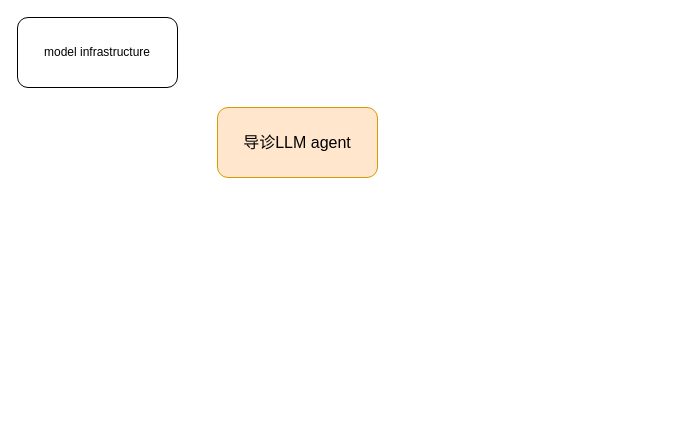
Above: 医疗agent图.drawio in HALF111/Research_figures (draw.io), before the change. Source tidied: cells renumbered, new cells numbered last; positions are measured from the earlier drawing's top-left corner, leaving out a move shared by most shapes. Both pictures are drawn from the tidied source at 100%, with x=0, y=0 at pixel (17, 17).
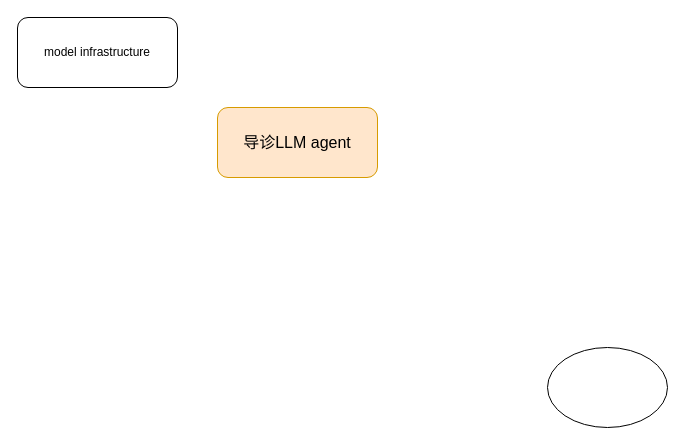
The same page after the edit.

Commit message:
更新医疗agent图.drawio

Change to the diagram source:
```diff
@@
 <mxGraphModel>
   <root>
     <mxCell id="0" />
     <mxCell id="1" parent="0" />
     <mxCell id="2" value="&lt;font style=&quot;font-size: 16px;&quot;&gt;导诊LLM agent&lt;/font&gt;" style="rounded=1;whiteSpace=wrap;html=1;fillColor=#ffe6cc;strokeColor=#d79b00;fillStyle=auto;glass=0;shadow=0;" parent="1" vertex="1">
       <mxGeometry x="200" y="90" width="160" height="70" as="geometry" />
     </mxCell>
     <mxCell id="3" value="model&amp;nbsp;infrastructure" style="rounded=1;whiteSpace=wrap;html=1;" parent="1" vertex="1">
       <mxGeometry width="160" height="70" as="geometry" />
     </mxCell>
+    <mxCell id="4" style="ellipse;whiteSpace=wrap;html=1;" parent="1" vertex="1">
+      <mxGeometry x="530" y="330" width="120" height="80" as="geometry" />
+    </mxCell>
   </root>
 </mxGraphModel>
```
